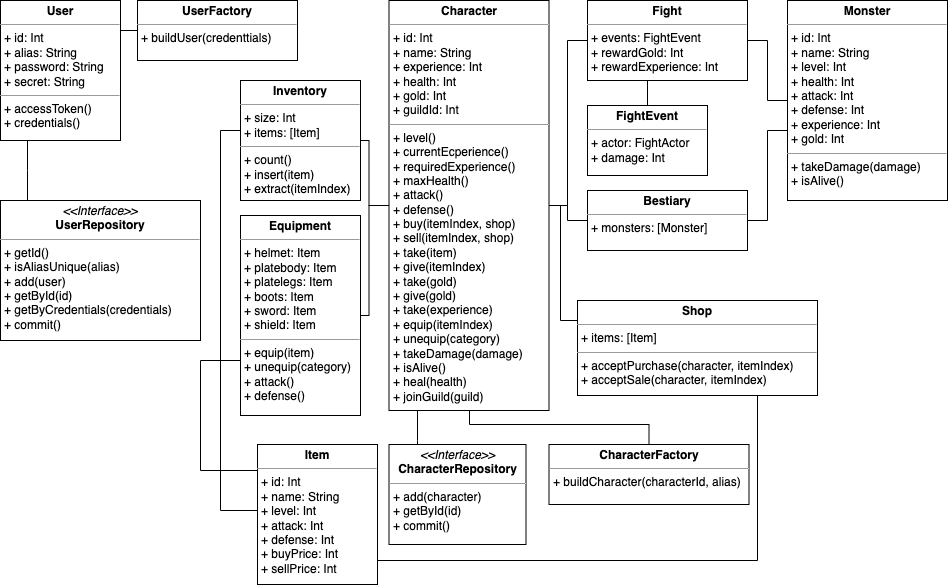
The draw.io diagram Softwaredesign-DomainUML.drawio.png in skotnikovda/simple-rpg-server, before a commit. Source tidied: cells renumbered, new cells last; positions are measured from the earlier drawing's top-left corner, leaving out a move shared by most shapes. The source it was exported from:
```xml
<mxGraphModel>
  <root>
    <mxCell id="0" />
    <mxCell id="1" parent="0" />
    <mxCell id="2" value="&lt;p style=&quot;margin:0px;margin-top:4px;text-align:center;&quot;&gt;&lt;b&gt;Character&lt;/b&gt;&lt;/p&gt;&lt;hr size=&quot;1&quot;&gt;&lt;p style=&quot;margin:0px;margin-left:4px;&quot;&gt;+ id: Int&lt;/p&gt;&lt;p style=&quot;margin:0px;margin-left:4px;&quot;&gt;+ name: String&lt;/p&gt;&lt;p style=&quot;margin:0px;margin-left:4px;&quot;&gt;+ experience: Int&lt;/p&gt;&lt;p style=&quot;margin:0px;margin-left:4px;&quot;&gt;+ health: Int&lt;/p&gt;&lt;p style=&quot;margin:0px;margin-left:4px;&quot;&gt;+ gold: Int&lt;/p&gt;&lt;p style=&quot;margin:0px;margin-left:4px;&quot;&gt;+ guildId: Int&lt;/p&gt;&lt;hr size=&quot;1&quot;&gt;&lt;p style=&quot;margin:0px;margin-left:4px;&quot;&gt;+ level()&lt;/p&gt;&lt;p style=&quot;margin:0px;margin-left:4px;&quot;&gt;+ currentEcperience()&lt;/p&gt;&lt;p style=&quot;margin:0px;margin-left:4px;&quot;&gt;+ requiredExperience()&lt;/p&gt;&lt;p style=&quot;margin:0px;margin-left:4px;&quot;&gt;+ maxHealth()&lt;/p&gt;&lt;p style=&quot;margin:0px;margin-left:4px;&quot;&gt;+ attack()&lt;/p&gt;&lt;p style=&quot;margin:0px;margin-left:4px;&quot;&gt;+ defense()&lt;/p&gt;&lt;p style=&quot;margin:0px;margin-left:4px;&quot;&gt;+ buy(itemIndex, shop)&lt;/p&gt;&lt;p style=&quot;margin:0px;margin-left:4px;&quot;&gt;+ sell(itemIndex, shop)&lt;/p&gt;&lt;p style=&quot;margin:0px;margin-left:4px;&quot;&gt;+ take(item)&lt;/p&gt;&lt;p style=&quot;margin:0px;margin-left:4px;&quot;&gt;+ give(itemIndex)&lt;/p&gt;&lt;p style=&quot;margin:0px;margin-left:4px;&quot;&gt;+ take(gold)&lt;/p&gt;&lt;p style=&quot;margin:0px;margin-left:4px;&quot;&gt;+ give(gold)&lt;/p&gt;&lt;p style=&quot;margin:0px;margin-left:4px;&quot;&gt;+ take(experience)&lt;/p&gt;&lt;p style=&quot;margin:0px;margin-left:4px;&quot;&gt;+ equip(itemIndex)&lt;/p&gt;&lt;p style=&quot;margin:0px;margin-left:4px;&quot;&gt;+ unequip(category)&lt;/p&gt;&lt;p style=&quot;margin:0px;margin-left:4px;&quot;&gt;+ takeDamage(damage)&lt;/p&gt;&lt;p style=&quot;margin:0px;margin-left:4px;&quot;&gt;+ isAlive()&lt;/p&gt;&lt;p style=&quot;margin:0px;margin-left:4px;&quot;&gt;+ heal(health)&lt;/p&gt;&lt;p style=&quot;margin:0px;margin-left:4px;&quot;&gt;+ joinGuild(guild)&lt;/p&gt;" style="verticalAlign=top;align=left;overflow=fill;fontSize=12;fontFamily=Helvetica;html=1;" parent="1" vertex="1">
      <mxGeometry x="388.5" width="160" height="410" as="geometry" />
    </mxCell>
    <mxCell id="3" value="&lt;p style=&quot;margin:0px;margin-top:4px;text-align:center;&quot;&gt;&lt;b&gt;User&lt;/b&gt;&lt;/p&gt;&lt;hr size=&quot;1&quot;&gt;&lt;p style=&quot;margin:0px;margin-left:4px;&quot;&gt;+ id: Int&lt;/p&gt;&lt;p style=&quot;margin:0px;margin-left:4px;&quot;&gt;+ alias: String&lt;/p&gt;&lt;p style=&quot;margin:0px;margin-left:4px;&quot;&gt;+ password: String&lt;/p&gt;&lt;p style=&quot;margin:0px;margin-left:4px;&quot;&gt;+ secret: String&lt;/p&gt;&lt;hr size=&quot;1&quot;&gt;&lt;p style=&quot;margin:0px;margin-left:4px;&quot;&gt;+ accessToken()&lt;/p&gt;&lt;p style=&quot;margin:0px;margin-left:4px;&quot;&gt;+ credentials()&lt;/p&gt;" style="verticalAlign=top;align=left;overflow=fill;fontSize=12;fontFamily=Helvetica;html=1;" parent="1" vertex="1">
      <mxGeometry width="120" height="140" as="geometry" />
    </mxCell>
    <mxCell id="4" value="&lt;p style=&quot;margin:0px;margin-top:4px;text-align:center;&quot;&gt;&lt;b&gt;Equipment&lt;/b&gt;&lt;/p&gt;&lt;hr size=&quot;1&quot;&gt;&lt;p style=&quot;margin:0px;margin-left:4px;&quot;&gt;+ helmet: Item&lt;br&gt;&lt;/p&gt;&lt;p style=&quot;margin:0px;margin-left:4px;&quot;&gt;+ platebody: Item&lt;/p&gt;&lt;p style=&quot;margin:0px;margin-left:4px;&quot;&gt;+ platelegs: Item&lt;/p&gt;&lt;p style=&quot;margin:0px;margin-left:4px;&quot;&gt;+ boots: Item&lt;/p&gt;&lt;p style=&quot;margin:0px;margin-left:4px;&quot;&gt;+ sword: Item&lt;/p&gt;&lt;p style=&quot;margin:0px;margin-left:4px;&quot;&gt;+ shield: Item&lt;/p&gt;&lt;hr size=&quot;1&quot;&gt;&lt;p style=&quot;margin:0px;margin-left:4px;&quot;&gt;+ equip(item)&lt;/p&gt;&lt;p style=&quot;margin:0px;margin-left:4px;&quot;&gt;+ unequip(category)&lt;/p&gt;&lt;p style=&quot;margin:0px;margin-left:4px;&quot;&gt;+ attack()&lt;/p&gt;&lt;p style=&quot;margin:0px;margin-left:4px;&quot;&gt;+ defense()&lt;/p&gt;" style="verticalAlign=top;align=left;overflow=fill;fontSize=12;fontFamily=Helvetica;html=1;" parent="1" vertex="1">
      <mxGeometry x="240" y="215" width="120" height="200" as="geometry" />
    </mxCell>
    <mxCell id="5" value="&lt;p style=&quot;margin:0px;margin-top:4px;text-align:center;&quot;&gt;&lt;b&gt;Inventory&lt;/b&gt;&lt;/p&gt;&lt;hr size=&quot;1&quot;&gt;&lt;p style=&quot;margin:0px;margin-left:4px;&quot;&gt;+ size: Int&lt;/p&gt;&lt;p style=&quot;margin:0px;margin-left:4px;&quot;&gt;+ items: [Item]&lt;/p&gt;&lt;hr size=&quot;1&quot;&gt;&lt;p style=&quot;margin:0px;margin-left:4px;&quot;&gt;+ count()&lt;/p&gt;&lt;p style=&quot;margin:0px;margin-left:4px;&quot;&gt;+ insert(item)&lt;/p&gt;&lt;p style=&quot;margin:0px;margin-left:4px;&quot;&gt;+ extract(itemIndex)&lt;/p&gt;" style="verticalAlign=top;align=left;overflow=fill;fontSize=12;fontFamily=Helvetica;html=1;" parent="1" vertex="1">
      <mxGeometry x="240" y="80" width="120" height="120" as="geometry" />
    </mxCell>
    <mxCell id="6" style="edgeStyle=orthogonalEdgeStyle;rounded=0;jettySize=auto;html=1;endArrow=none;endFill=0;" parent="1" edge="1" source="7" target="2">
      <mxGeometry relative="1" as="geometry">
        <Array as="points">
          <mxPoint x="560" y="320" />
          <mxPoint x="560" y="205" />
        </Array>
      </mxGeometry>
    </mxCell>
    <mxCell id="7" value="&lt;p style=&quot;margin:0px;margin-top:4px;text-align:center;&quot;&gt;&lt;b&gt;Shop&lt;/b&gt;&lt;/p&gt;&lt;hr size=&quot;1&quot;&gt;&lt;p style=&quot;margin:0px;margin-left:4px;&quot;&gt;+ items: [Item]&lt;br&gt;&lt;/p&gt;&lt;hr size=&quot;1&quot;&gt;&lt;p style=&quot;margin:0px;margin-left:4px;&quot;&gt;+ acceptPurchase(character, itemIndex)&lt;/p&gt;&lt;p style=&quot;margin:0px;margin-left:4px;&quot;&gt;+ acceptSale(character, itemIndex)&lt;/p&gt;" style="verticalAlign=top;align=left;overflow=fill;fontSize=12;fontFamily=Helvetica;html=1;" parent="1" vertex="1">
      <mxGeometry x="577" y="300" width="240" height="95" as="geometry" />
    </mxCell>
    <mxCell id="8" style="edgeStyle=orthogonalEdgeStyle;rounded=0;jettySize=auto;html=1;endArrow=none;endFill=0;" parent="1" edge="1" source="10" target="2">
      <mxGeometry relative="1" as="geometry" />
    </mxCell>
    <mxCell id="9" style="edgeStyle=orthogonalEdgeStyle;rounded=0;jettySize=auto;html=1;endArrow=none;endFill=0;" parent="1" edge="1" source="10" target="11">
      <mxGeometry relative="1" as="geometry">
        <Array as="points">
          <mxPoint x="767" y="220" />
          <mxPoint x="767" y="130" />
        </Array>
      </mxGeometry>
    </mxCell>
    <mxCell id="10" value="&lt;p style=&quot;margin:0px;margin-top:4px;text-align:center;&quot;&gt;&lt;b&gt;Bestiary&lt;/b&gt;&lt;/p&gt;&lt;hr size=&quot;1&quot;&gt;&lt;p style=&quot;margin:0px;margin-left:4px;&quot;&gt;+ monsters: [Monster]&lt;br&gt;&lt;/p&gt;" style="verticalAlign=top;align=left;overflow=fill;fontSize=12;fontFamily=Helvetica;html=1;" parent="1" vertex="1">
      <mxGeometry x="587" y="190" width="160" height="60" as="geometry" />
    </mxCell>
    <mxCell id="11" value="&lt;p style=&quot;margin:0px;margin-top:4px;text-align:center;&quot;&gt;&lt;b&gt;Monster&lt;/b&gt;&lt;/p&gt;&lt;hr size=&quot;1&quot;&gt;&lt;p style=&quot;margin:0px;margin-left:4px;&quot;&gt;+ id: Int&lt;br&gt;&lt;/p&gt;&lt;p style=&quot;margin:0px;margin-left:4px;&quot;&gt;+ name: String&lt;/p&gt;&lt;p style=&quot;margin:0px;margin-left:4px;&quot;&gt;+ level: Int&lt;/p&gt;&lt;p style=&quot;margin:0px;margin-left:4px;&quot;&gt;+ health: Int&lt;/p&gt;&lt;p style=&quot;margin:0px;margin-left:4px;&quot;&gt;+ attack: Int&lt;/p&gt;&lt;p style=&quot;margin:0px;margin-left:4px;&quot;&gt;+ defense: Int&lt;/p&gt;&lt;p style=&quot;margin:0px;margin-left:4px;&quot;&gt;+ experience: Int&lt;/p&gt;&lt;p style=&quot;margin:0px;margin-left:4px;&quot;&gt;+ gold: Int&lt;/p&gt;&lt;hr size=&quot;1&quot;&gt;&lt;p style=&quot;margin:0px;margin-left:4px;&quot;&gt;+ takeDamage(damage)&lt;/p&gt;&lt;p style=&quot;margin:0px;margin-left:4px;&quot;&gt;+ isAlive()&lt;/p&gt;" style="verticalAlign=top;align=left;overflow=fill;fontSize=12;fontFamily=Helvetica;html=1;" parent="1" vertex="1">
      <mxGeometry x="787" width="160" height="200" as="geometry" />
    </mxCell>
    <mxCell id="12" value="&lt;p style=&quot;margin:0px;margin-top:4px;text-align:center;&quot;&gt;&lt;b&gt;Item&lt;/b&gt;&lt;/p&gt;&lt;hr size=&quot;1&quot;&gt;&lt;p style=&quot;margin:0px;margin-left:4px;&quot;&gt;+ id: Int&lt;br&gt;&lt;/p&gt;&lt;p style=&quot;margin:0px;margin-left:4px;&quot;&gt;+ name: String&lt;/p&gt;&lt;p style=&quot;margin:0px;margin-left:4px;&quot;&gt;+ level: Int&lt;/p&gt;&lt;p style=&quot;margin:0px;margin-left:4px;&quot;&gt;+ attack: Int&lt;/p&gt;&lt;p style=&quot;margin:0px;margin-left:4px;&quot;&gt;+ defense: Int&lt;/p&gt;&lt;p style=&quot;margin:0px;margin-left:4px;&quot;&gt;+ buyPrice: Int&lt;/p&gt;&lt;p style=&quot;margin:0px;margin-left:4px;&quot;&gt;+ sellPrice: Int&lt;/p&gt;" style="verticalAlign=top;align=left;overflow=fill;fontSize=12;fontFamily=Helvetica;html=1;" parent="1" vertex="1">
      <mxGeometry x="257" y="444" width="120" height="140" as="geometry" />
    </mxCell>
    <mxCell id="13" style="edgeStyle=orthogonalEdgeStyle;rounded=0;jettySize=auto;html=1;endArrow=none;endFill=0;" parent="1" edge="1" source="15" target="2">
      <mxGeometry relative="1" as="geometry">
        <Array as="points">
          <mxPoint x="567" y="40" />
          <mxPoint x="567" y="205" />
        </Array>
      </mxGeometry>
    </mxCell>
    <mxCell id="14" style="edgeStyle=orthogonalEdgeStyle;rounded=0;jettySize=auto;html=1;endArrow=none;endFill=0;" parent="1" edge="1" source="15" target="11">
      <mxGeometry relative="1" as="geometry" />
    </mxCell>
    <mxCell id="15" value="&lt;p style=&quot;margin:0px;margin-top:4px;text-align:center;&quot;&gt;&lt;b&gt;Fight&lt;/b&gt;&lt;/p&gt;&lt;hr size=&quot;1&quot;&gt;&lt;p style=&quot;margin:0px;margin-left:4px;&quot;&gt;+ events: FightEvent&lt;/p&gt;&lt;p style=&quot;margin:0px;margin-left:4px;&quot;&gt;+ rewardGold: Int&lt;/p&gt;&lt;p style=&quot;margin:0px;margin-left:4px;&quot;&gt;+ rewardExperience: Int&lt;/p&gt;" style="verticalAlign=top;align=left;overflow=fill;fontSize=12;fontFamily=Helvetica;html=1;" parent="1" vertex="1">
      <mxGeometry x="587" width="160" height="80" as="geometry" />
    </mxCell>
    <mxCell id="16" style="edgeStyle=orthogonalEdgeStyle;rounded=0;jettySize=auto;html=1;endArrow=none;endFill=0;" parent="1" edge="1" source="17" target="15">
      <mxGeometry relative="1" as="geometry">
        <Array as="points">
          <mxPoint x="677" y="160" />
        </Array>
      </mxGeometry>
    </mxCell>
    <mxCell id="17" value="&lt;p style=&quot;margin:0px;margin-top:4px;text-align:center;&quot;&gt;&lt;b&gt;FightEvent&lt;/b&gt;&lt;/p&gt;&lt;hr size=&quot;1&quot;&gt;&lt;p style=&quot;margin:0px;margin-left:4px;&quot;&gt;+ actor: FightActor&lt;/p&gt;&lt;p style=&quot;margin:0px;margin-left:4px;&quot;&gt;+ damage: Int&lt;/p&gt;" style="verticalAlign=top;align=left;overflow=fill;fontSize=12;fontFamily=Helvetica;html=1;" parent="1" vertex="1">
      <mxGeometry x="587" y="105" width="120" height="70" as="geometry" />
    </mxCell>
    <mxCell id="18" style="edgeStyle=orthogonalEdgeStyle;rounded=0;jettySize=auto;html=1;endArrow=none;endFill=0;" parent="1" edge="1" source="19" target="3">
      <mxGeometry relative="1" as="geometry">
        <Array as="points">
          <mxPoint x="27" y="170" />
          <mxPoint x="27" y="170" />
        </Array>
      </mxGeometry>
    </mxCell>
    <mxCell id="19" value="&lt;p style=&quot;margin:0px;margin-top:4px;text-align:center;&quot;&gt;&lt;i&gt;&amp;lt;&amp;lt;Interface&amp;gt;&amp;gt;&lt;/i&gt;&lt;br&gt;&lt;b&gt;UserRepository&lt;/b&gt;&lt;/p&gt;&lt;hr size=&quot;1&quot;&gt;&lt;p style=&quot;margin:0px;margin-left:4px;&quot;&gt;+ getId()&lt;/p&gt;&lt;p style=&quot;margin:0px;margin-left:4px;&quot;&gt;+ isAliasUnique(alias)&lt;/p&gt;&lt;p style=&quot;margin:0px;margin-left:4px;&quot;&gt;+ add(user)&lt;/p&gt;&lt;p style=&quot;margin:0px;margin-left:4px;&quot;&gt;+ getById(id)&lt;/p&gt;&lt;p style=&quot;margin:0px;margin-left:4px;&quot;&gt;+ getByCredentials(credentials)&lt;/p&gt;&lt;p style=&quot;margin:0px;margin-left:4px;&quot;&gt;+ commit()&lt;/p&gt;" style="verticalAlign=top;align=left;overflow=fill;fontSize=12;fontFamily=Helvetica;html=1;" parent="1" vertex="1">
      <mxGeometry y="200" width="200" height="140" as="geometry" />
    </mxCell>
    <mxCell id="20" style="edgeStyle=orthogonalEdgeStyle;rounded=0;jettySize=auto;html=1;endArrow=none;endFill=0;" parent="1" edge="1" source="21" target="3">
      <mxGeometry relative="1" as="geometry">
        <Array as="points">
          <mxPoint x="167" y="30" />
          <mxPoint x="167" y="30" />
        </Array>
      </mxGeometry>
    </mxCell>
    <mxCell id="21" value="&lt;p style=&quot;margin:0px;margin-top:4px;text-align:center;&quot;&gt;&lt;b&gt;UserFactory&lt;/b&gt;&lt;/p&gt;&lt;hr size=&quot;1&quot;&gt;&lt;p style=&quot;margin:0px;margin-left:4px;&quot;&gt;+ buildUser(credenttials)&lt;/p&gt;" style="verticalAlign=top;align=left;overflow=fill;fontSize=12;fontFamily=Helvetica;html=1;" parent="1" vertex="1">
      <mxGeometry x="137" width="160" height="60" as="geometry" />
    </mxCell>
    <mxCell id="22" style="edgeStyle=orthogonalEdgeStyle;rounded=0;jettySize=auto;html=1;endArrow=none;endFill=0;" parent="1" edge="1" source="2" target="4">
      <mxGeometry relative="1" as="geometry" />
    </mxCell>
    <mxCell id="23" style="edgeStyle=orthogonalEdgeStyle;rounded=0;jettySize=auto;html=1;endArrow=none;endFill=0;" parent="1" edge="1" source="2" target="5">
      <mxGeometry relative="1" as="geometry" />
    </mxCell>
    <mxCell id="24" style="edgeStyle=orthogonalEdgeStyle;rounded=0;jettySize=auto;html=1;endArrow=none;endFill=0;" parent="1" edge="1" source="12" target="4">
      <mxGeometry relative="1" as="geometry">
        <Array as="points">
          <mxPoint x="200" y="470" />
          <mxPoint x="200" y="360" />
        </Array>
      </mxGeometry>
    </mxCell>
    <mxCell id="25" style="edgeStyle=orthogonalEdgeStyle;rounded=0;jettySize=auto;html=1;endArrow=none;endFill=0;" parent="1" edge="1" source="12" target="5">
      <mxGeometry relative="1" as="geometry">
        <Array as="points">
          <mxPoint x="220" y="510" />
          <mxPoint x="220" y="130" />
        </Array>
      </mxGeometry>
    </mxCell>
    <mxCell id="26" style="edgeStyle=orthogonalEdgeStyle;rounded=0;jettySize=auto;html=1;endArrow=none;endFill=0;" parent="1" edge="1" source="7" target="12">
      <mxGeometry relative="1" as="geometry">
        <Array as="points">
          <mxPoint x="757" y="560" />
        </Array>
      </mxGeometry>
    </mxCell>
    <mxCell id="27" style="edgeStyle=orthogonalEdgeStyle;rounded=0;jettySize=auto;html=1;endArrow=none;endFill=0;" parent="1" edge="1" source="28" target="2">
      <mxGeometry relative="1" as="geometry">
        <Array as="points">
          <mxPoint x="417" y="440" />
          <mxPoint x="417" y="440" />
        </Array>
      </mxGeometry>
    </mxCell>
    <mxCell id="28" value="&lt;p style=&quot;margin:0px;margin-top:4px;text-align:center;&quot;&gt;&lt;i&gt;&amp;lt;&amp;lt;Interface&amp;gt;&amp;gt;&lt;/i&gt;&lt;br&gt;&lt;b&gt;CharacterRepository&lt;/b&gt;&lt;/p&gt;&lt;hr size=&quot;1&quot;&gt;&lt;p style=&quot;margin:0px;margin-left:4px;&quot;&gt;&lt;span style=&quot;background-color: initial;&quot;&gt;+ add(character)&lt;/span&gt;&lt;br&gt;&lt;/p&gt;&lt;p style=&quot;margin:0px;margin-left:4px;&quot;&gt;+ getById(id)&lt;/p&gt;&lt;p style=&quot;margin:0px;margin-left:4px;&quot;&gt;+ commit()&lt;/p&gt;" style="verticalAlign=top;align=left;overflow=fill;fontSize=12;fontFamily=Helvetica;html=1;" parent="1" vertex="1">
      <mxGeometry x="388.5" y="444" width="137" height="100" as="geometry" />
    </mxCell>
    <mxCell id="29" style="edgeStyle=orthogonalEdgeStyle;rounded=0;jettySize=auto;html=1;endArrow=none;endFill=0;" parent="1" edge="1" source="30" target="2">
      <mxGeometry relative="1" as="geometry">
        <Array as="points">
          <mxPoint x="649" y="424" />
          <mxPoint x="469" y="424" />
        </Array>
      </mxGeometry>
    </mxCell>
    <mxCell id="30" value="&lt;p style=&quot;margin:0px;margin-top:4px;text-align:center;&quot;&gt;&lt;b&gt;CharacterFactory&lt;/b&gt;&lt;/p&gt;&lt;hr size=&quot;1&quot;&gt;&lt;p style=&quot;margin:0px;margin-left:4px;&quot;&gt;+ buildCharacter(characterId, alias)&lt;/p&gt;" style="verticalAlign=top;align=left;overflow=fill;fontSize=12;fontFamily=Helvetica;html=1;" parent="1" vertex="1">
      <mxGeometry x="548.5" y="444" width="200" height="60" as="geometry" />
    </mxCell>
  </root>
</mxGraphModel>
```
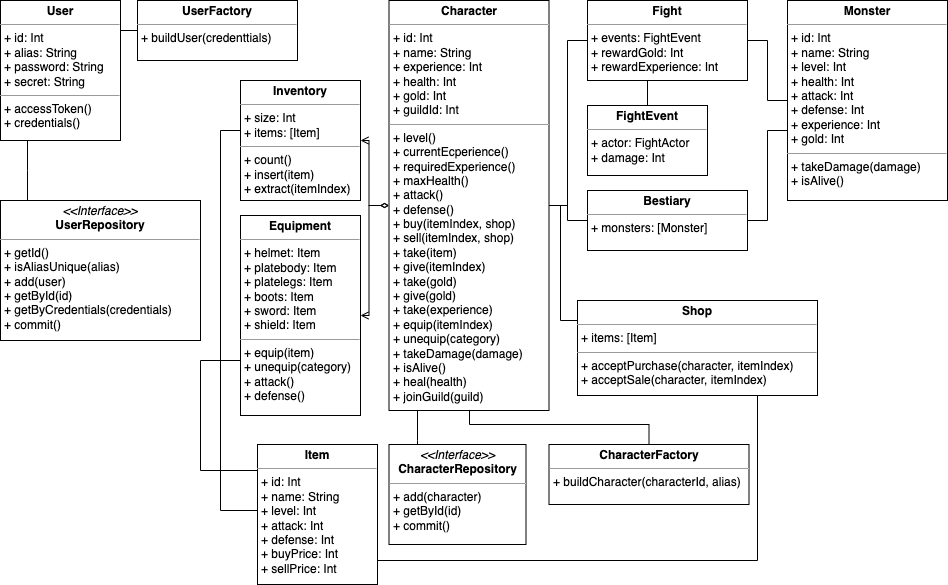
Later version of the same file.

What changed in the source:
```diff
@@ -91,10 +91,10 @@
     <mxCell id="21" value="&lt;p style=&quot;margin:0px;margin-top:4px;text-align:center;&quot;&gt;&lt;b&gt;UserFactory&lt;/b&gt;&lt;/p&gt;&lt;hr size=&quot;1&quot;&gt;&lt;p style=&quot;margin:0px;margin-left:4px;&quot;&gt;+ buildUser(credenttials)&lt;/p&gt;" style="verticalAlign=top;align=left;overflow=fill;fontSize=12;fontFamily=Helvetica;html=1;" parent="1" vertex="1">
       <mxGeometry x="137" width="160" height="60" as="geometry" />
     </mxCell>
-    <mxCell id="22" style="edgeStyle=orthogonalEdgeStyle;rounded=0;jettySize=auto;html=1;endArrow=none;endFill=0;" parent="1" edge="1" source="2" target="4">
+    <mxCell id="22" style="edgeStyle=orthogonalEdgeStyle;rounded=0;jettySize=auto;html=1;endArrow=open;endFill=0;startArrow=diamondThin;startFill=0;" parent="1" edge="1" source="2" target="4">
       <mxGeometry relative="1" as="geometry" />
     </mxCell>
-    <mxCell id="23" style="edgeStyle=orthogonalEdgeStyle;rounded=0;jettySize=auto;html=1;endArrow=none;endFill=0;" parent="1" edge="1" source="2" target="5">
+    <mxCell id="23" style="edgeStyle=orthogonalEdgeStyle;rounded=0;jettySize=auto;html=1;endArrow=open;endFill=0;startArrow=diamondThin;startFill=0;" parent="1" edge="1" source="2" target="5">
       <mxGeometry relative="1" as="geometry" />
     </mxCell>
     <mxCell id="24" style="edgeStyle=orthogonalEdgeStyle;rounded=0;jettySize=auto;html=1;endArrow=none;endFill=0;" parent="1" edge="1" source="12" target="4">
```
